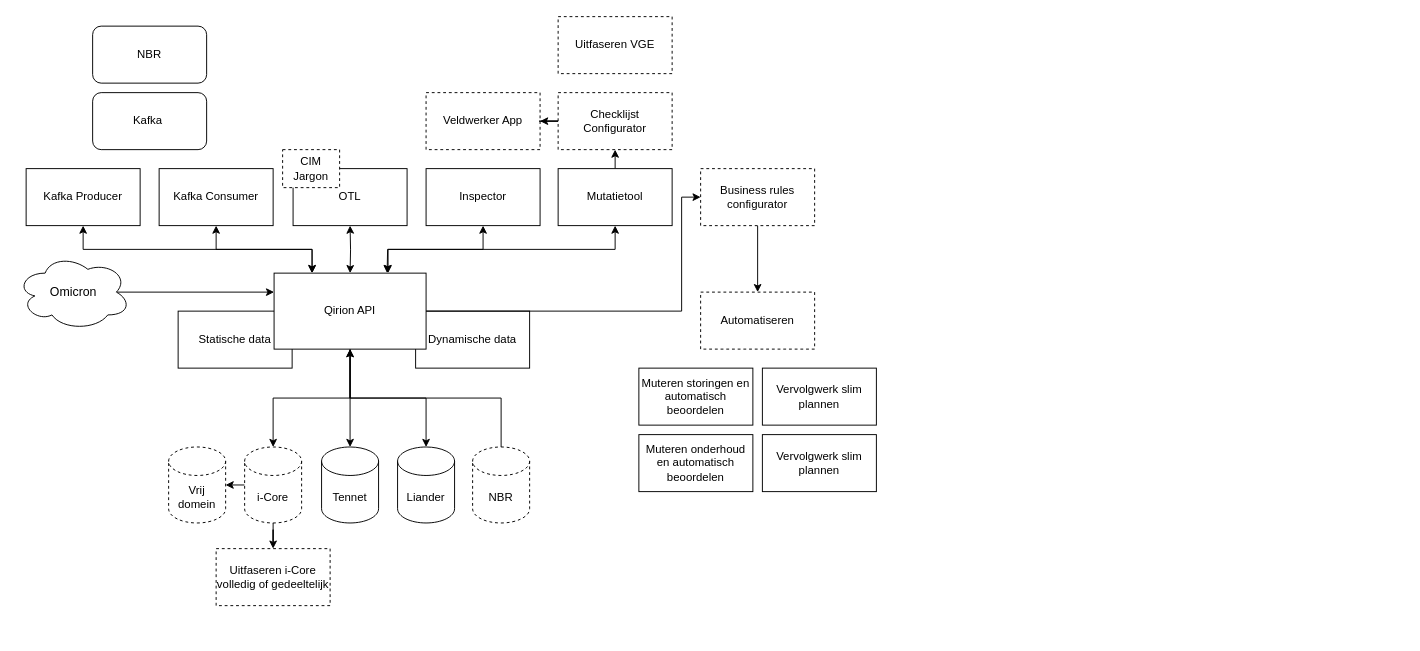
The draw.io diagram page "Mogelijkheden" (4 of 7) of staticWeb/Untitled Diagram.drawio in eleemans/react2022, before the edit. Source tidied: cells renumbered, new cells numbered last; positions are measured from the earlier drawing's top-left corner, leaving out a move shared by most shapes. Both pictures are drawn from the tidied source at 95%, with x=0, y=0 at pixel (16, 16).
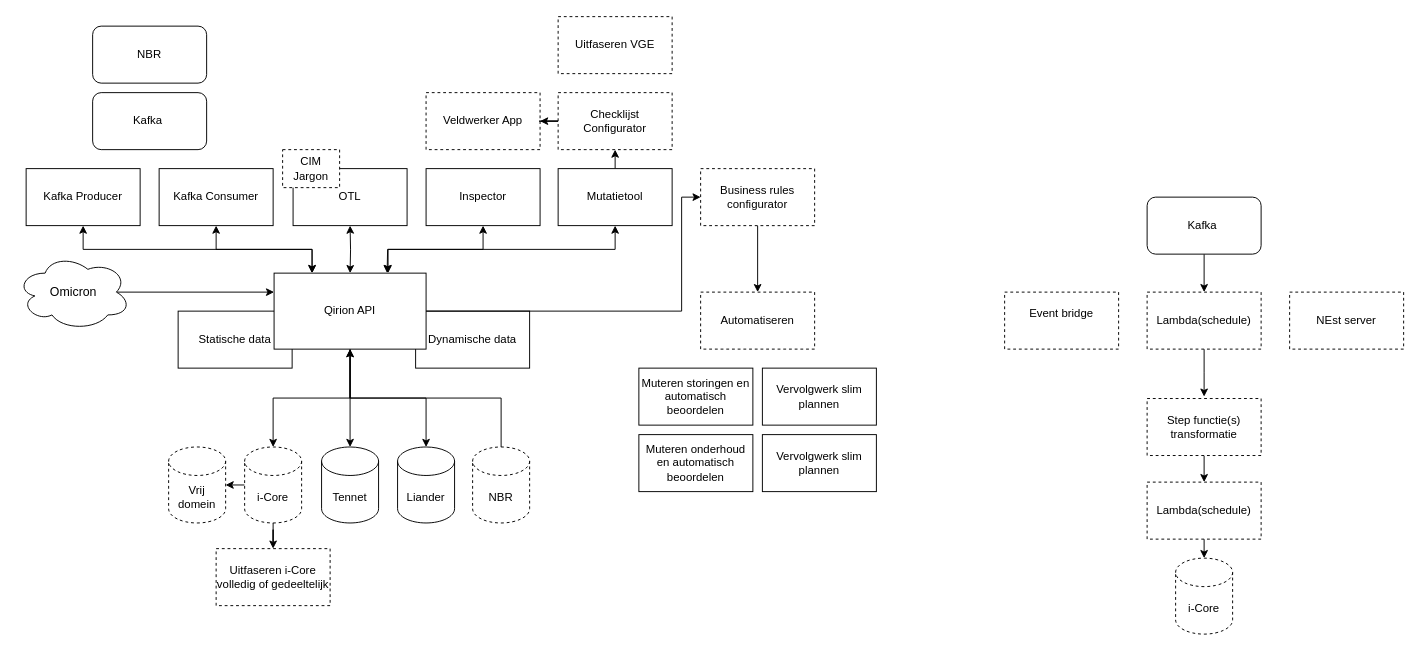
The same diagram, later.

What changed in the source:
```diff
@@
+    <mxCell id="45" style="edgeStyle=orthogonalEdgeStyle;rounded=0;jettySize=auto;html=1;exitX=0.5;exitY=1;exitDx=0;exitDy=0;" parent="1" edge="1" source="46">
+      <mxGeometry relative="1" as="geometry">
+        <mxPoint x="1250" y="400" as="targetPoint" />
+      </mxGeometry>
+    </mxCell>
+    <mxCell id="46" value="Lambda(schedule)" style="rounded=0;whiteSpace=wrap;html=1;dashed=1;" parent="1" vertex="1">
+      <mxGeometry x="1190" y="290" width="120" height="60" as="geometry" />
+    </mxCell>
+    <mxCell id="47" style="edgeStyle=orthogonalEdgeStyle;rounded=0;jettySize=auto;html=1;" parent="1" edge="1" source="48" target="46">
+      <mxGeometry relative="1" as="geometry" />
+    </mxCell>
+    <mxCell id="48" value="Kafka&amp;nbsp;" style="rounded=1;whiteSpace=wrap;html=1;" parent="1" vertex="1">
+      <mxGeometry x="1190" y="190" width="120" height="60" as="geometry" />
+    </mxCell>
+    <mxCell id="49" style="edgeStyle=orthogonalEdgeStyle;rounded=0;jettySize=auto;html=1;exitX=0.5;exitY=1;exitDx=0;exitDy=0;entryX=0.5;entryY=0;entryDx=0;entryDy=0;" parent="1" edge="1" source="50" target="53">
+      <mxGeometry relative="1" as="geometry" />
+    </mxCell>
+    <mxCell id="50" value="Step functie(s)&lt;br&gt;transformatie" style="rounded=0;whiteSpace=wrap;html=1;dashed=1;" parent="1" vertex="1">
+      <mxGeometry x="1190" y="402" width="120" height="60" as="geometry" />
+    </mxCell>
+    <mxCell id="51" value="i-Core" style="shape=cylinder3;whiteSpace=wrap;html=1;boundedLbl=1;backgroundOutline=1;size=15;dashed=1;" parent="1" vertex="1">
+      <mxGeometry x="1220" y="570" width="60" height="80" as="geometry" />
+    </mxCell>
+    <mxCell id="52" style="edgeStyle=orthogonalEdgeStyle;rounded=0;jettySize=auto;html=1;exitX=0.5;exitY=1;exitDx=0;exitDy=0;entryX=0.5;entryY=0;entryDx=0;entryDy=0;entryPerimeter=0;" parent="1" edge="1" source="53" target="51">
+      <mxGeometry relative="1" as="geometry" />
+    </mxCell>
+    <mxCell id="53" value="Lambda(schedule)" style="rounded=0;whiteSpace=wrap;html=1;dashed=1;" parent="1" vertex="1">
+      <mxGeometry x="1190" y="490" width="120" height="60" as="geometry" />
+    </mxCell>
+    <mxCell id="54" value="NEst server" style="rounded=0;whiteSpace=wrap;html=1;dashed=1;" parent="1" vertex="1">
+      <mxGeometry x="1340" y="290" width="120" height="60" as="geometry" />
+    </mxCell>
+    <mxCell id="55" value="Event bridge&lt;br&gt;&lt;br&gt;" style="rounded=0;whiteSpace=wrap;html=1;dashed=1;" parent="1" vertex="1">
+      <mxGeometry x="1040" y="290" width="120" height="60" as="geometry" />
+    </mxCell>
```
